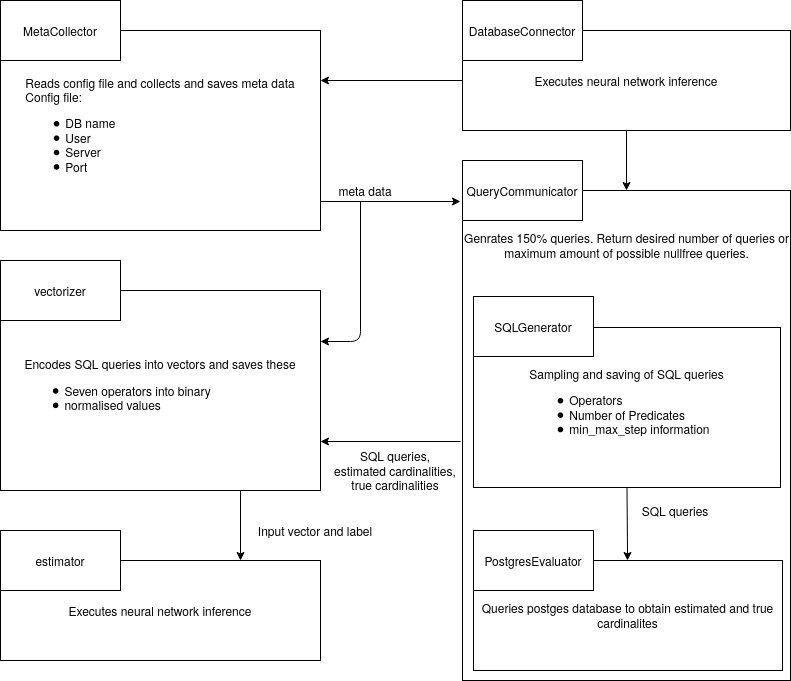
Before: diagrams/module_overview.png, a diagram exported from draw.io (lucaswo/local-cardinality-estimation). Source tidied: cells renumbered, new cells last; positions are measured from the earlier drawing's top-left corner, leaving out a move shared by most shapes.
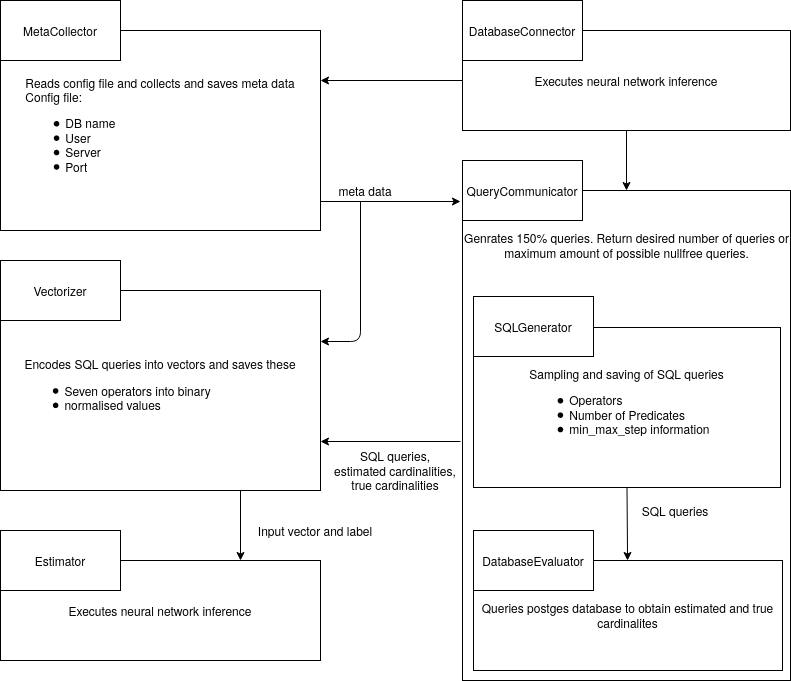
Later version of the same file.

Commit message:
Updated module overview diagram, again

Change to the diagram source:
```diff
@@ -14,13 +14,13 @@
     <mxCell id="5" value="&lt;div style=&quot;text-align: left&quot;&gt;Encodes SQL queries into vectors and saves these&lt;/div&gt;&lt;div style=&quot;text-align: left&quot;&gt;&lt;ul&gt;&lt;li&gt;Seven operators into binary&lt;/li&gt;&lt;li&gt;normalised values&lt;/li&gt;&lt;/ul&gt;&lt;/div&gt;" style="rounded=0;whiteSpace=wrap;html=1;" parent="1" vertex="1">
       <mxGeometry y="290" width="320" height="200" as="geometry" />
     </mxCell>
-    <mxCell id="6" value="vectorizer" style="rounded=0;whiteSpace=wrap;html=1;" parent="1" vertex="1">
+    <mxCell id="6" value="Vectorizer" style="rounded=0;whiteSpace=wrap;html=1;" parent="1" vertex="1">
       <mxGeometry y="260" width="120" height="60" as="geometry" />
     </mxCell>
     <mxCell id="7" value="&lt;div style=&quot;text-align: left&quot;&gt;Executes neural network inference&lt;/div&gt;" style="rounded=0;whiteSpace=wrap;html=1;" parent="1" vertex="1">
       <mxGeometry y="560" width="320" height="100" as="geometry" />
     </mxCell>
-    <mxCell id="8" value="estimator" style="rounded=0;whiteSpace=wrap;html=1;" parent="1" vertex="1">
+    <mxCell id="8" value="Estimator" style="rounded=0;whiteSpace=wrap;html=1;" parent="1" vertex="1">
       <mxGeometry y="530" width="120" height="60" as="geometry" />
     </mxCell>
     <mxCell id="9" value="&lt;div style=&quot;text-align: left&quot;&gt;Sampling and saving of SQL queries&lt;/div&gt;&lt;div style=&quot;text-align: left&quot;&gt;&lt;ul&gt;&lt;li&gt;Operators&lt;/li&gt;&lt;li&gt;Number of Predicates&lt;/li&gt;&lt;li&gt;min_max_step information&lt;/li&gt;&lt;/ul&gt;&lt;/div&gt;" style="rounded=0;whiteSpace=wrap;html=1;" parent="1" vertex="1">
@@ -32,7 +32,7 @@
     <mxCell id="11" value="&lt;span&gt;Queries postges database to obtain estimated and true cardinalites&lt;/span&gt;" style="rounded=0;whiteSpace=wrap;html=1;align=center;" parent="1" vertex="1">
       <mxGeometry x="473" y="560" width="309" height="110" as="geometry" />
     </mxCell>
-    <mxCell id="12" value="PostgresEvaluator" style="rounded=0;whiteSpace=wrap;html=1;" parent="1" vertex="1">
+    <mxCell id="12" value="DatabaseEvaluator" style="rounded=0;whiteSpace=wrap;html=1;" parent="1" vertex="1">
       <mxGeometry x="473" y="530" width="120" height="60" as="geometry" />
     </mxCell>
     <mxCell id="13" style="endArrow=classic;html=1;exitX=1;exitY=0.5;exitDx=0;exitDy=0;" parent="1" edge="1">
```
